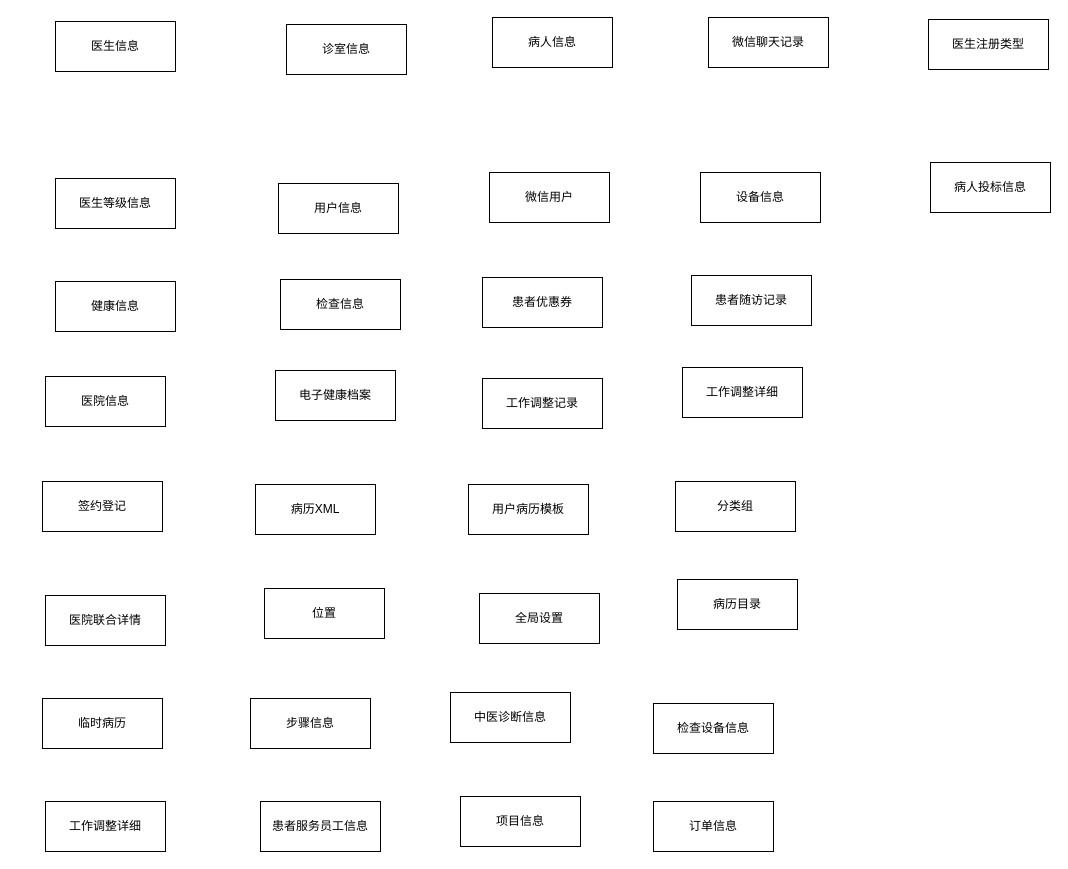
This is 未命名绘图.drawio from uonono/ioDraw, a draw.io file, before an edit. Source tidied: cells renumbered, new cells numbered last; positions are measured from the earlier drawing's top-left corner, leaving out a move shared by most shapes. Both pictures are drawn from the tidied source at 100%, with x=0, y=0 at pixel (42, 17).
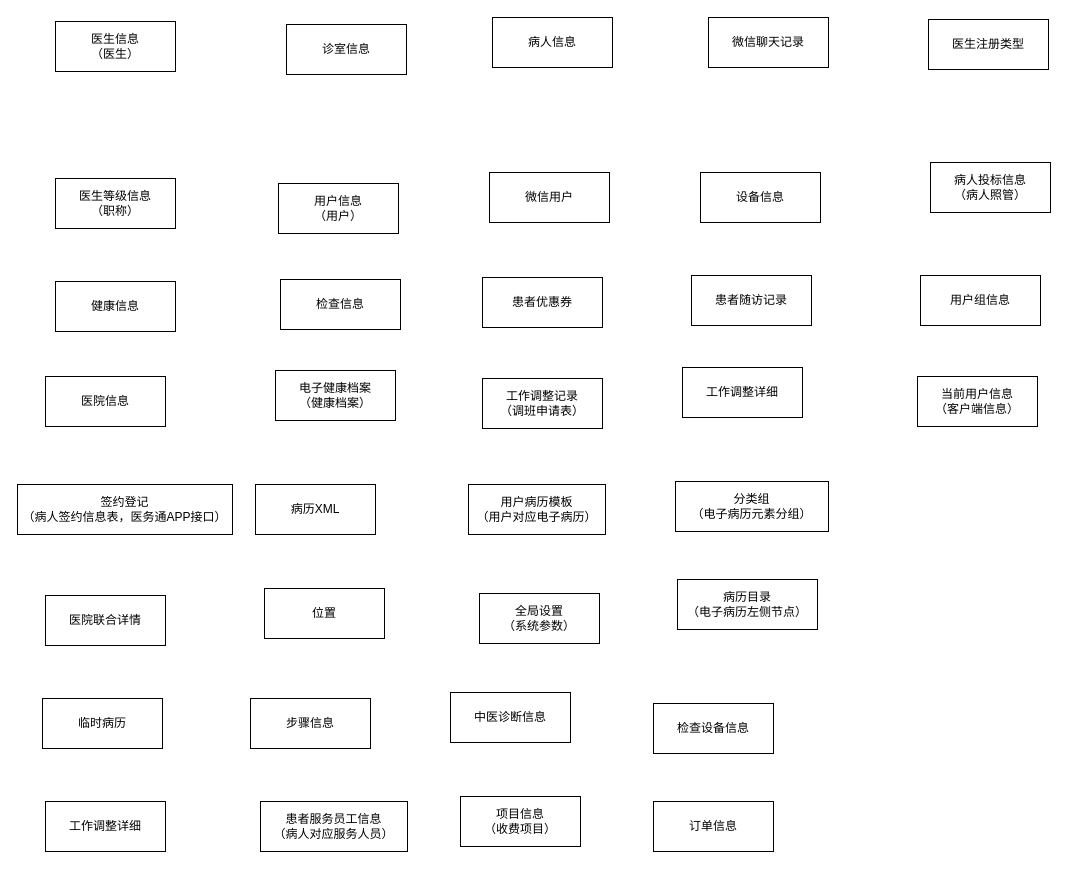
The same page after the edit.

Commit message (it also covers changes not shown here):
更新未命名绘图.drawio

What changed in the source:
```diff
@@
-    <mxCell id="3" value="医生等级信息" style="rounded=0;whiteSpace=wrap;html=1;" parent="1" vertex="1">
+    <mxCell id="3" value="医生等级信息&lt;div&gt;（职称）&lt;/div&gt;" style="rounded=0;whiteSpace=wrap;html=1;" parent="1" vertex="1">
       <mxGeometry x="13" y="161" width="120" height="50" as="geometry" />
     </mxCell>
-    <mxCell id="4" value="医生信息" style="rounded=0;whiteSpace=wrap;html=1;" parent="1" vertex="1">
+    <mxCell id="4" value="医生信息&lt;div&gt;（医生）&lt;/div&gt;" style="rounded=0;whiteSpace=wrap;html=1;" parent="1" vertex="1">
       <mxGeometry x="13" y="4" width="120" height="50" as="geometry" />
     </mxCell>
-    <mxCell id="5" value="用户信息" style="rounded=0;whiteSpace=wrap;html=1;" parent="1" vertex="1">
+    <mxCell id="5" value="用户信息&lt;div&gt;（用户）&lt;/div&gt;" style="rounded=0;whiteSpace=wrap;html=1;" parent="1" vertex="1">
       <mxGeometry x="236" y="166" width="120" height="50" as="geometry" />
     </mxCell>
@@
-    <mxCell id="15" value="电子健康档案" style="rounded=0;whiteSpace=wrap;html=1;" parent="1" vertex="1">
+    <mxCell id="15" value="电子健康档案&lt;div&gt;（健康档案）&lt;/div&gt;" style="rounded=0;whiteSpace=wrap;html=1;" parent="1" vertex="1">
       <mxGeometry x="233" y="353" width="120" height="50" as="geometry" />
     </mxCell>
-    <mxCell id="16" value="工作调整记录" style="rounded=0;whiteSpace=wrap;html=1;" parent="1" vertex="1">
+    <mxCell id="16" value="工作调整记录&lt;div&gt;（调班申请表）&lt;br&gt;&lt;/div&gt;" style="rounded=0;whiteSpace=wrap;html=1;" parent="1" vertex="1">
       <mxGeometry x="440" y="361" width="120" height="50" as="geometry" />
     </mxCell>
@@
-    <mxCell id="18" value="签约登记" style="rounded=0;whiteSpace=wrap;html=1;" parent="1" vertex="1">
-      <mxGeometry y="464" width="120" height="50" as="geometry" />
+    <mxCell id="18" value="签约登记&lt;div&gt;（病人签约信息表，医务通APP接口）&lt;/div&gt;" style="rounded=0;whiteSpace=wrap;html=1;" parent="1" vertex="1">
+      <mxGeometry x="-25" y="467" width="215" height="50" as="geometry" />
     </mxCell>
@@
-    <mxCell id="20" value="用户病历模板" style="rounded=0;whiteSpace=wrap;html=1;" parent="1" vertex="1">
-      <mxGeometry x="426" y="467" width="120" height="50" as="geometry" />
+    <mxCell id="20" value="用户病历模板&lt;div&gt;（用户对应电子病历）&lt;/div&gt;" style="rounded=0;whiteSpace=wrap;html=1;" parent="1" vertex="1">
+      <mxGeometry x="426" y="467" width="137" height="50" as="geometry" />
     </mxCell>
-    <mxCell id="21" value="分类组" style="rounded=0;whiteSpace=wrap;html=1;" parent="1" vertex="1">
-      <mxGeometry x="633" y="464" width="120" height="50" as="geometry" />
+    <mxCell id="21" value="分类组&lt;div&gt;（电子病历元素分组）&lt;/div&gt;" style="rounded=0;whiteSpace=wrap;html=1;" parent="1" vertex="1">
+      <mxGeometry x="633" y="464" width="153" height="50" as="geometry" />
     </mxCell>
@@
-    <mxCell id="24" value="全局设置" style="rounded=0;whiteSpace=wrap;html=1;" parent="1" vertex="1">
+    <mxCell id="24" value="全局设置&lt;div&gt;（系统参数）&lt;/div&gt;" style="rounded=0;whiteSpace=wrap;html=1;" parent="1" vertex="1">
       <mxGeometry x="437" y="576" width="120" height="50" as="geometry" />
     </mxCell>
-    <mxCell id="25" value="病历目录" style="rounded=0;whiteSpace=wrap;html=1;" parent="1" vertex="1">
-      <mxGeometry x="635" y="562" width="120" height="50" as="geometry" />
+    <mxCell id="25" value="病历目录&lt;div&gt;（电子病历左侧节点）&lt;/div&gt;" style="rounded=0;whiteSpace=wrap;html=1;" parent="1" vertex="1">
+      <mxGeometry x="635" y="562" width="140" height="50" as="geometry" />
     </mxCell>
@@
-    <mxCell id="31" value=" 患者服务员工信息" style="rounded=0;whiteSpace=wrap;html=1;" parent="1" vertex="1">
-      <mxGeometry x="218" y="784" width="120" height="50" as="geometry" />
+    <mxCell id="31" value=" 患者服务员工信息&lt;div&gt;（病人对应服务人员）&lt;/div&gt;" style="rounded=0;whiteSpace=wrap;html=1;" parent="1" vertex="1">
+      <mxGeometry x="218" y="784" width="147" height="50" as="geometry" />
     </mxCell>
-    <mxCell id="32" value=" 项目信息" style="rounded=0;whiteSpace=wrap;html=1;" parent="1" vertex="1">
+    <mxCell id="32" value=" 项目信息&lt;div&gt;（收费项目）&lt;/div&gt;" style="rounded=0;whiteSpace=wrap;html=1;" parent="1" vertex="1">
       <mxGeometry x="418" y="779" width="120" height="50" as="geometry" />
     </mxCell>
@@
-    <mxCell id="35" value="病人投标信息" style="rounded=0;whiteSpace=wrap;html=1;" parent="1" vertex="1">
+    <mxCell id="35" value="病人投标信息&lt;div&gt;（病人照管）&lt;/div&gt;" style="rounded=0;whiteSpace=wrap;html=1;" parent="1" vertex="1">
       <mxGeometry x="888" y="145" width="120" height="50" as="geometry" />
     </mxCell>
+    <mxCell id="36" value="用户组信息" style="rounded=0;whiteSpace=wrap;html=1;" parent="1" vertex="1">
+      <mxGeometry x="878" y="258" width="120" height="50" as="geometry" />
+    </mxCell>
+    <mxCell id="37" value="当前用户信息&lt;div&gt;（客户端信息）&lt;/div&gt;" style="rounded=0;whiteSpace=wrap;html=1;" parent="1" vertex="1">
+      <mxGeometry x="875" y="359" width="120" height="50" as="geometry" />
+    </mxCell>
```
